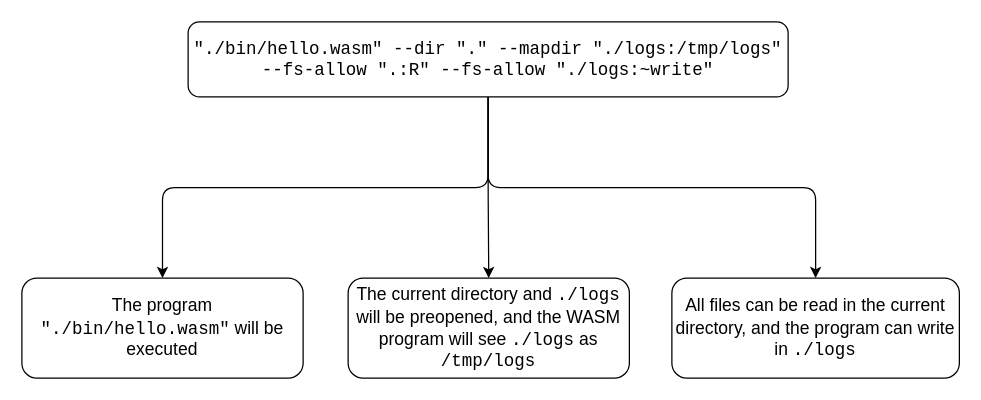
The draw.io diagram assets/rs-landlock-args.drawio in micheleberetta98/msc-thesis, before the edit. Source tidied: cells renumbered, new cells numbered last; positions are measured from the earlier drawing's top-left corner, leaving out a move shared by most shapes. Both pictures are drawn from the tidied source at 125%, with x=0, y=0 at pixel (21, 21).
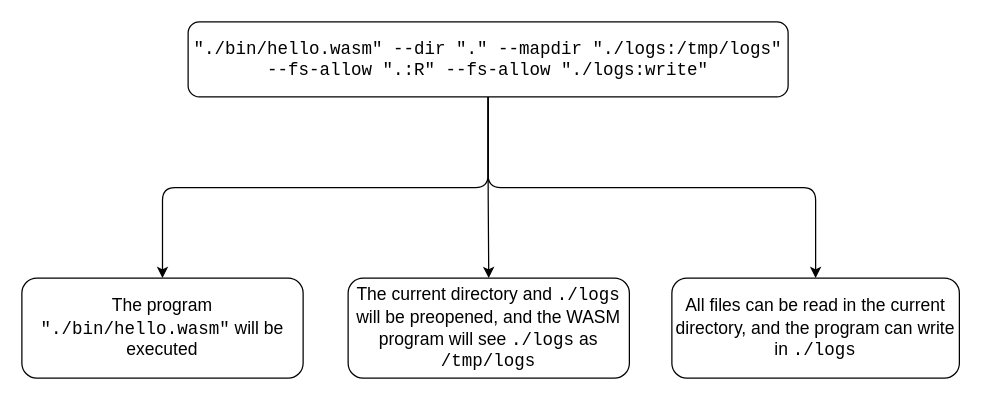
Above is the later version.

What changed in the source:
```diff
@@
 <mxGraphModel>
   <root>
     <mxCell id="0" />
     <mxCell id="1" parent="0" />
     <mxCell id="2" style="edgeStyle=orthogonalEdgeStyle;rounded=1;jettySize=auto;html=1;exitX=0.5;exitY=1;exitDx=0;exitDy=0;entryX=0.5;entryY=0;entryDx=0;entryDy=0;fontFamily=Courier New;fontSize=14;" parent="1" edge="1" source="5" target="7">
       <mxGeometry relative="1" as="geometry" />
     </mxCell>
     <mxCell id="3" style="edgeStyle=orthogonalEdgeStyle;rounded=1;jettySize=auto;html=1;exitX=0.5;exitY=1;exitDx=0;exitDy=0;entryX=0.5;entryY=0;entryDx=0;entryDy=0;fontFamily=Courier New;fontSize=14;" parent="1" edge="1" source="5" target="8">
       <mxGeometry relative="1" as="geometry" />
     </mxCell>
     <mxCell id="4" style="edgeStyle=orthogonalEdgeStyle;rounded=1;jettySize=auto;html=1;exitX=0.5;exitY=1;exitDx=0;exitDy=0;entryX=0.5;entryY=0;entryDx=0;entryDy=0;fontFamily=Courier New;fontSize=14;" parent="1" edge="1" source="5" target="9">
       <mxGeometry relative="1" as="geometry" />
     </mxCell>
     <mxCell id="5" style="rounded=1;whiteSpace=wrap;html=1;fontFamily=Courier New;fontSize=14;" parent="1" vertex="1">
       <mxGeometry x="133" width="480" height="60" as="geometry" />
     </mxCell>
-    <mxCell id="6" value="&quot;./bin/hello.wasm&quot; --dir &quot;.&quot; --mapdir &quot;./logs:/tmp/logs&quot; --fs-allow &quot;.:R&quot; --fs-allow &quot;./logs:~write&quot;" style="text;html=1;strokeColor=none;fillColor=none;align=center;verticalAlign=middle;whiteSpace=wrap;rounded=0;fontFamily=Courier New;fontStyle=0;fontSize=14;" parent="1" vertex="1">
+    <mxCell id="6" value="&quot;./bin/hello.wasm&quot; --dir &quot;.&quot; --mapdir &quot;./logs:/tmp/logs&quot; --fs-allow &quot;.:R&quot; --fs-allow &quot;./logs:write&quot;" style="text;html=1;strokeColor=none;fillColor=none;align=center;verticalAlign=middle;whiteSpace=wrap;rounded=0;fontFamily=Courier New;fontStyle=0;fontSize=14;" parent="1" vertex="1">
       <mxGeometry x="133" y="15" width="480" height="30" as="geometry" />
     </mxCell>
     <mxCell id="7" value="&lt;font face=&quot;Helvetica&quot;&gt;The program &lt;/font&gt;&quot;./bin/hello.wasm&quot;&lt;font face=&quot;Helvetica&quot;&gt; will be executed&lt;/font&gt;" style="rounded=1;whiteSpace=wrap;html=1;fontFamily=Courier New;fontSize=14;" parent="1" vertex="1">
       <mxGeometry y="205" width="225" height="80" as="geometry" />
     </mxCell>
     <mxCell id="8" value="&lt;font face=&quot;Helvetica&quot;&gt;The current directory and &lt;/font&gt;./logs&lt;font face=&quot;Helvetica&quot;&gt; will be preopened, and the WASM program will see &lt;/font&gt;./logs&lt;font face=&quot;Helvetica&quot;&gt; as &lt;/font&gt;/tmp/logs" style="rounded=1;whiteSpace=wrap;html=1;fontFamily=Courier New;fontSize=14;" parent="1" vertex="1">
       <mxGeometry x="261" y="205" width="225" height="80" as="geometry" />
     </mxCell>
     <mxCell id="9" value="&lt;font face=&quot;Helvetica&quot;&gt;All files can be read in the current directory, and the program can write in &lt;/font&gt;./logs" style="rounded=1;whiteSpace=wrap;html=1;fontFamily=Courier New;fontSize=14;" parent="1" vertex="1">
       <mxGeometry x="520" y="205" width="230" height="80" as="geometry" />
     </mxCell>
   </root>
 </mxGraphModel>
```
